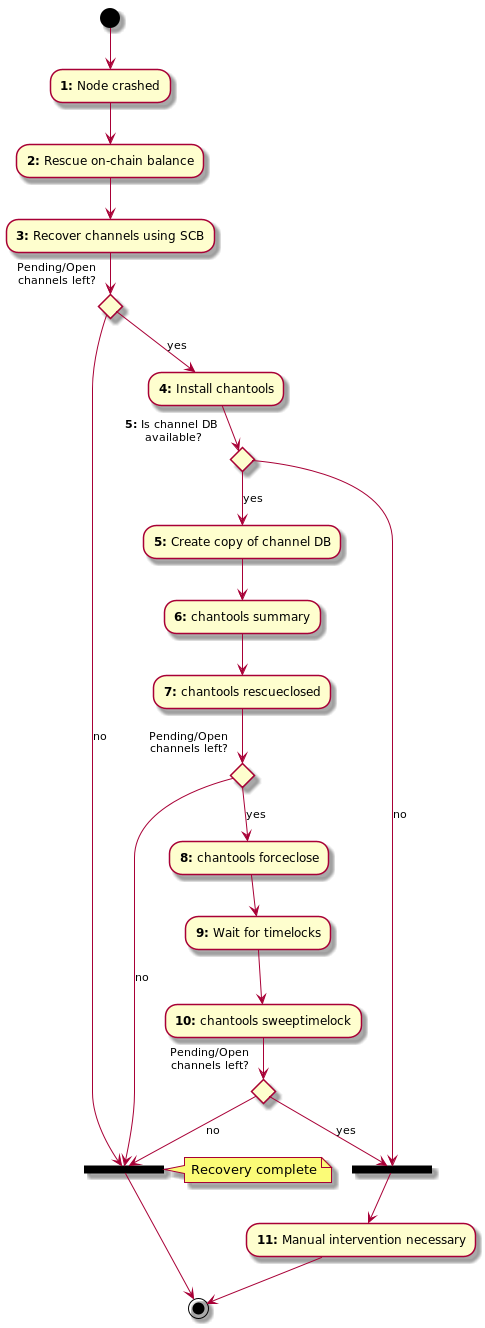
Before: doc/rescue-flow.png, a diagram exported from PlantUML (lightninglabs/chantools).
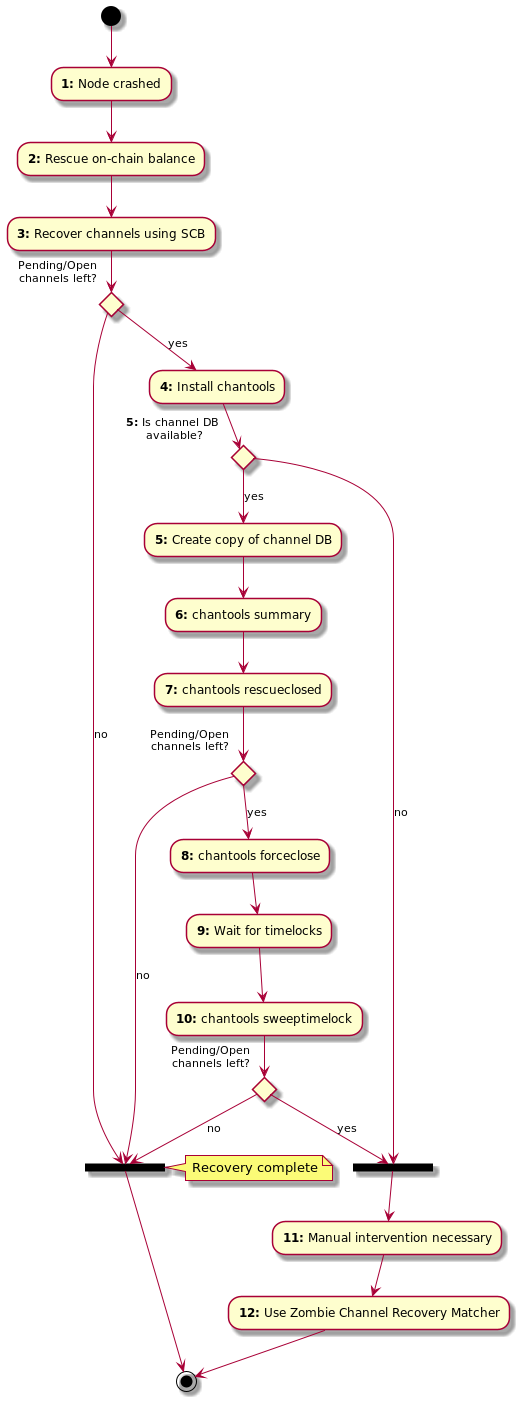
The same file after the commit.

Change to the diagram source:
```diff
@@ -24,6 +24,7 @@
   else
     -->[no] ===MANUAL===
     --> "<b>11:</b> Manual intervention necessary"
+    --> "<b>12:</b> Use Zombie Channel Recovery Matcher"
     --> (*)
   endif
 else
```
